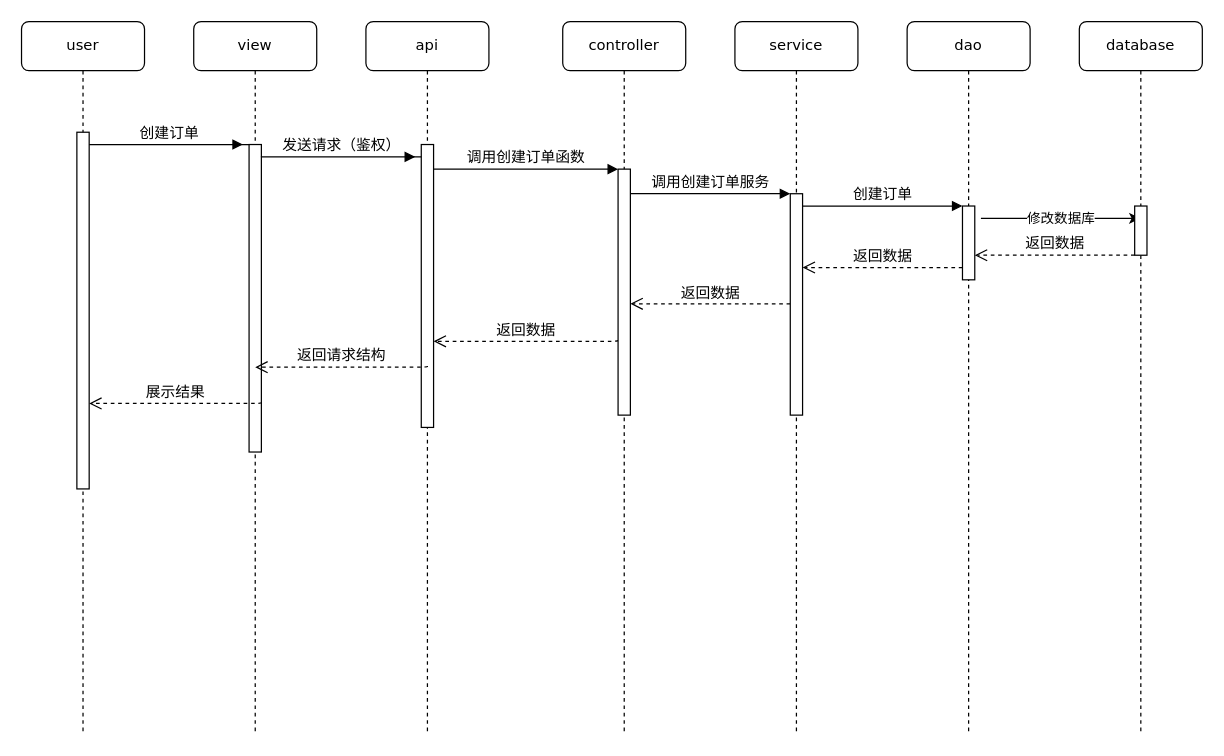
Earlier version of the draw.io diagram 毕业设计CQUPT/查看店铺时序图.drawio (myjdml/drowio). Source tidied: cells renumbered, new cells numbered last; positions are measured from the earlier drawing's top-left corner, leaving out a move shared by most shapes. Both pictures are drawn from the tidied source at 123%, with x=0, y=0 at pixel (21, 21).
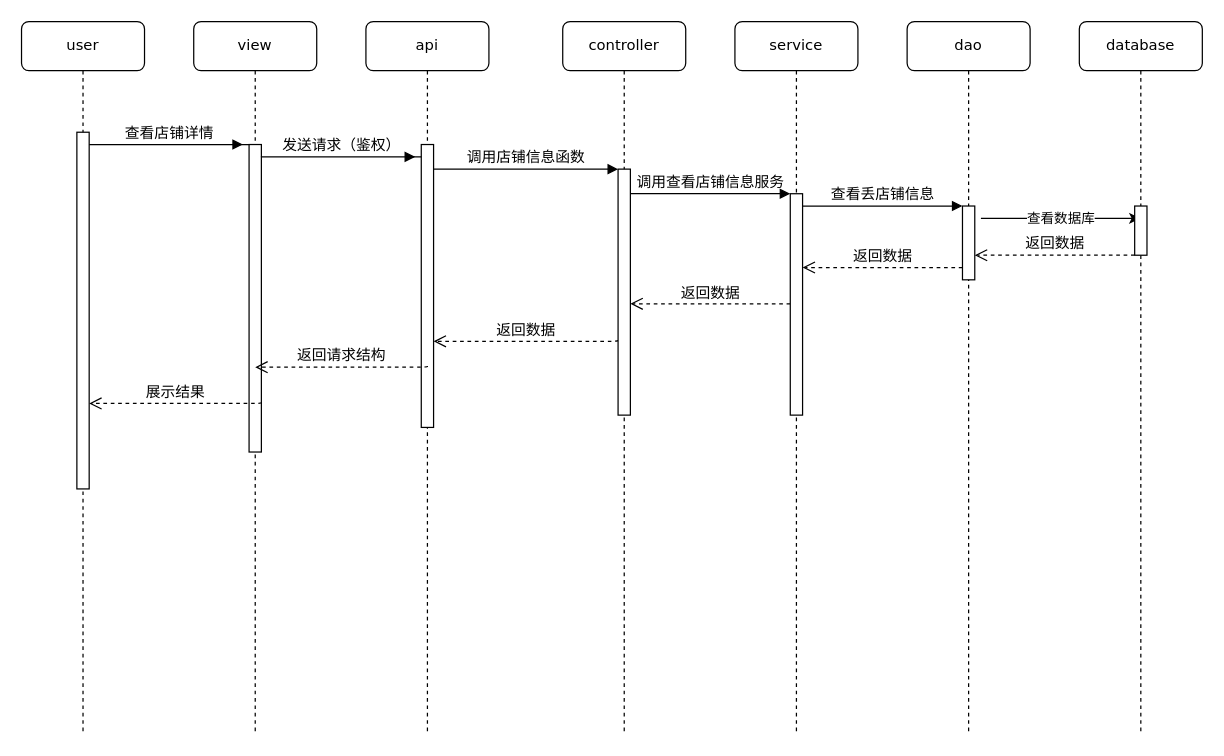
The same page after the edit.

Commit message:
更新查看店铺时序图.drawio

Unchanged cells that the change refers to:
```xml
<mxCell id="3" style="html=1;points=[];perimeter=orthogonalPerimeter;rounded=0;shadow=0;comic=0;labelBackgroundColor=none;strokeWidth=1;fontFamily=Verdana;fontSize=12;align=center;" parent="2" vertex="1">
  <mxGeometry x="45" y="100" width="10" height="230" as="geometry" />
</mxCell>
<mxCell id="6" style="html=1;points=[];perimeter=orthogonalPerimeter;rounded=0;shadow=0;comic=0;labelBackgroundColor=none;strokeWidth=1;fontFamily=Verdana;fontSize=12;align=center;" parent="5" vertex="1">
  <mxGeometry x="45" y="120" width="10" height="200" as="geometry" />
</mxCell>
<mxCell id="10" value="dao" style="shape=umlLifeline;perimeter=lifelinePerimeter;whiteSpace=wrap;html=1;rounded=1;shadow=0;comic=0;labelBackgroundColor=none;strokeWidth=1;fontFamily=Verdana;fontSize=12;align=center;" parent="1" vertex="1">
  <mxGeometry x="720" width="100" height="580" as="geometry" />
</mxCell>
<mxCell id="13" value="database" style="shape=umlLifeline;perimeter=lifelinePerimeter;whiteSpace=wrap;html=1;outlineConnect=0;rounded=1;shadow=0;comic=0;labelBackgroundColor=none;strokeWidth=1;fontFamily=Verdana;fontSize=12;align=center;" parent="1" vertex="1">
  <mxGeometry x="860" width="100" height="580" as="geometry" />
</mxCell>
<mxCell id="16" style="html=1;points=[];perimeter=orthogonalPerimeter;rounded=0;shadow=0;comic=0;labelBackgroundColor=none;strokeWidth=1;fontFamily=Verdana;fontSize=12;align=center;" parent="15" vertex="1">
  <mxGeometry x="45" y="100" width="10" height="250" as="geometry" />
</mxCell>
<mxCell id="19" style="html=1;points=[];perimeter=orthogonalPerimeter;rounded=0;shadow=0;comic=0;labelBackgroundColor=none;strokeWidth=1;fontFamily=Verdana;fontSize=12;align=center;" parent="1" vertex="1">
  <mxGeometry x="625" y="140" width="10" height="180" as="geometry" />
</mxCell>
<mxCell id="21" style="html=1;points=[];perimeter=orthogonalPerimeter;rounded=0;shadow=0;comic=0;labelBackgroundColor=none;strokeWidth=1;fontFamily=Verdana;fontSize=12;align=center;" parent="1" vertex="1">
  <mxGeometry x="765" y="150" width="10" height="60" as="geometry" />
</mxCell>
```

Diff of the diagram source:
```diff
@@
-    <mxCell id="11" value="修改数据库" style="endArrow=classic;html=1;rounded=0;" parent="10" edge="1" target="13">
+    <mxCell id="11" value="查看数据库" style="endArrow=classic;html=1;rounded=0;" parent="10" edge="1" target="13">
       <mxGeometry relative="1" as="geometry">
         <mxPoint x="60" y="160" as="sourcePoint" />
       </mxGeometry>
     </mxCell>
@@
-    <mxCell id="20" value="调用创建订单服务" style="html=1;verticalAlign=bottom;endArrow=block;labelBackgroundColor=none;fontFamily=Verdana;fontSize=12;edgeStyle=elbowEdgeStyle;elbow=vertical;" parent="1" edge="1" source="6" target="19">
+    <mxCell id="20" value="调用查看店铺信息服务" style="html=1;verticalAlign=bottom;endArrow=block;labelBackgroundColor=none;fontFamily=Verdana;fontSize=12;edgeStyle=elbowEdgeStyle;elbow=vertical;" parent="1" edge="1" source="6" target="19">
       <mxGeometry relative="1" as="geometry">
         <Array as="points">
           <mxPoint x="500" y="140" />
         </Array>
       </mxGeometry>
     </mxCell>
@@
-    <mxCell id="22" value="创建订单" style="html=1;verticalAlign=bottom;endArrow=block;entryX=0;entryY=0;labelBackgroundColor=none;fontFamily=Verdana;fontSize=12;edgeStyle=elbowEdgeStyle;elbow=vertical;" parent="1" edge="1" source="19" target="21">
+    <mxCell id="22" value="查看丢店铺信息" style="html=1;verticalAlign=bottom;endArrow=block;entryX=0;entryY=0;labelBackgroundColor=none;fontFamily=Verdana;fontSize=12;edgeStyle=elbowEdgeStyle;elbow=vertical;" parent="1" edge="1" source="19" target="21">
       <mxGeometry relative="1" as="geometry" />
     </mxCell>
-    <mxCell id="23" value="创建订单" style="html=1;verticalAlign=bottom;endArrow=block;labelBackgroundColor=none;fontFamily=Verdana;fontSize=12;edgeStyle=elbowEdgeStyle;elbow=vertical;" parent="1" edge="1" source="16">
+    <mxCell id="23" value="查看店铺详情" style="html=1;verticalAlign=bottom;endArrow=block;labelBackgroundColor=none;fontFamily=Verdana;fontSize=12;edgeStyle=elbowEdgeStyle;elbow=vertical;" parent="1" edge="1" source="16">
       <mxGeometry x="0.55" relative="1" as="geometry">
         <mxPoint x="180" y="100" as="targetPoint" />
         <Array as="points">
           <mxPoint x="50" y="100" />
         </Array>
       </mxGeometry>
     </mxCell>
-    <mxCell id="24" value="调用创建订单函数" style="html=1;verticalAlign=bottom;endArrow=block;entryX=0;entryY=0;labelBackgroundColor=none;fontFamily=Verdana;fontSize=12;edgeStyle=elbowEdgeStyle;elbow=vertical;" parent="1" edge="1" source="3" target="6">
+    <mxCell id="24" value="调用店铺信息函数" style="html=1;verticalAlign=bottom;endArrow=block;entryX=0;entryY=0;labelBackgroundColor=none;fontFamily=Verdana;fontSize=12;edgeStyle=elbowEdgeStyle;elbow=vertical;" parent="1" edge="1" source="3" target="6">
       <mxGeometry relative="1" as="geometry" />
     </mxCell>
```
